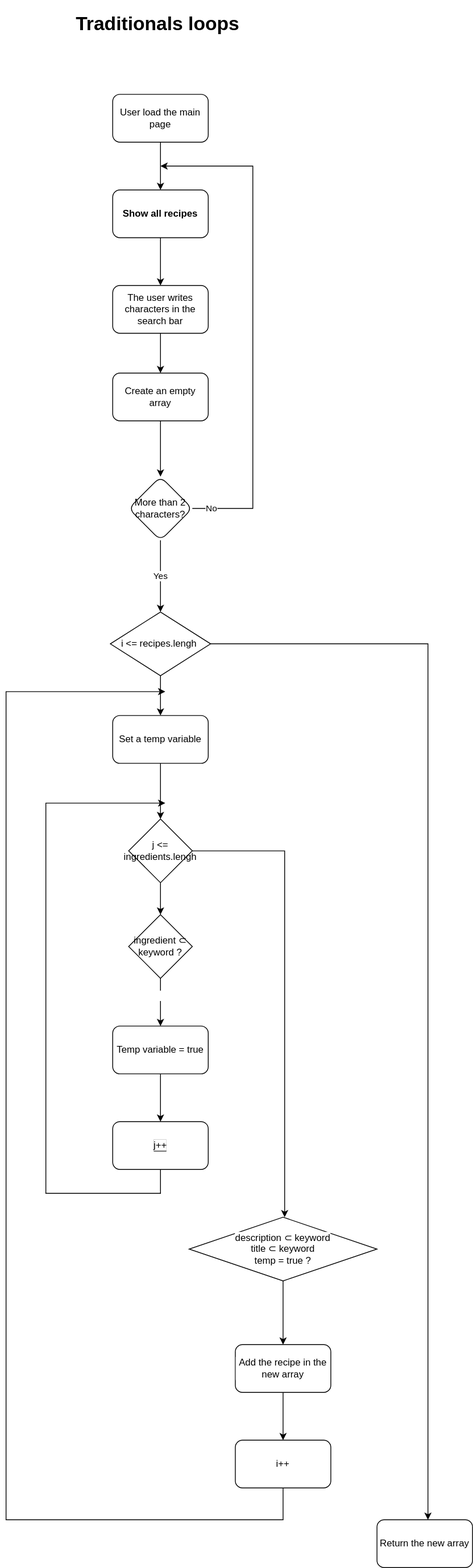
The draw.io diagram filterByKeyword.svg in nitatemic/Les-Petits-Plats_Alexandre_de_lemeny_makedone_202207, before a commit. Source tidied: cells renumbered, new cells last; positions are measured from the earlier drawing's top-left corner, leaving out a move shared by most shapes.
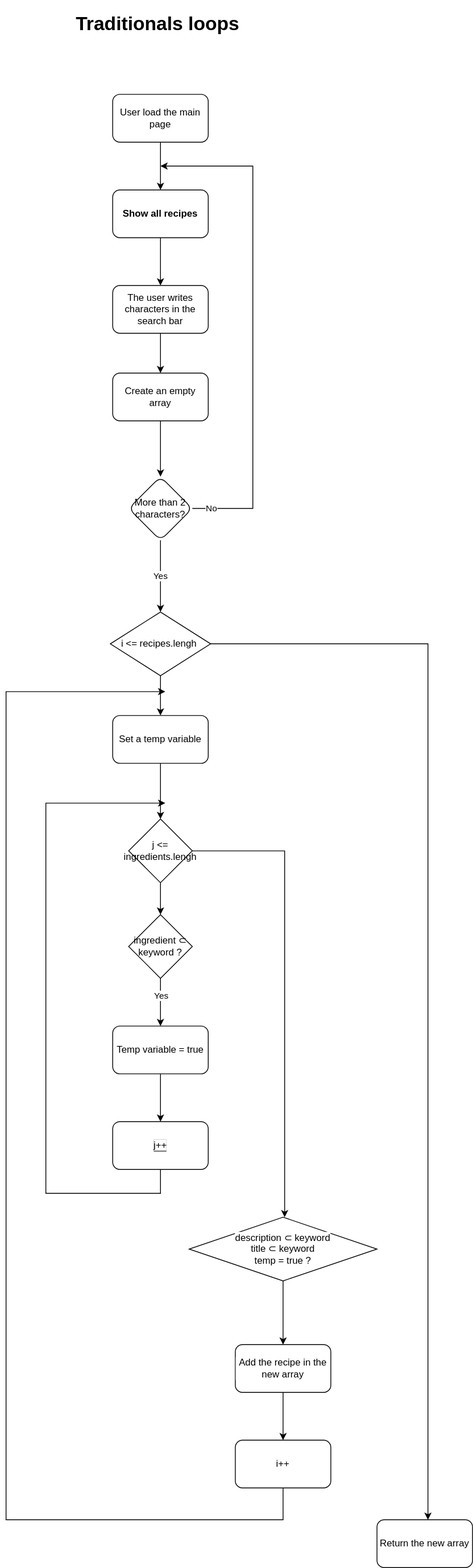
The same file after the commit.

Commit message:
Mettre à jour filterByKeyword.svg

Change to the diagram source:
```diff
@@ -91,7 +91,7 @@
     <mxCell id="26" style="edgeStyle=orthogonalEdgeStyle;rounded=0;jettySize=auto;html=1;fontColor=#FFFFFF;" parent="1" edge="1" source="28" target="25">
       <mxGeometry relative="1" as="geometry" />
     </mxCell>
-    <mxCell id="27" value="Yes" style="edgeLabel;html=1;align=center;verticalAlign=middle;fontColor=#FFFFFF;" parent="26" vertex="1">
+    <mxCell id="27" value="&lt;font color=&quot;#000000&quot;&gt;Yes&lt;/font&gt;" style="edgeLabel;html=1;align=center;verticalAlign=middle;fontColor=#FFFFFF;" parent="26" vertex="1">
       <mxGeometry x="-0.3" relative="1" as="geometry" />
     </mxCell>
     <mxCell id="28" value="ingredient&amp;nbsp;&lt;span style=&quot;text-align: left;&quot;&gt;⊂ keyword ?&lt;/span&gt;" style="rhombus;whiteSpace=wrap;html=1;" parent="1" vertex="1">
```
